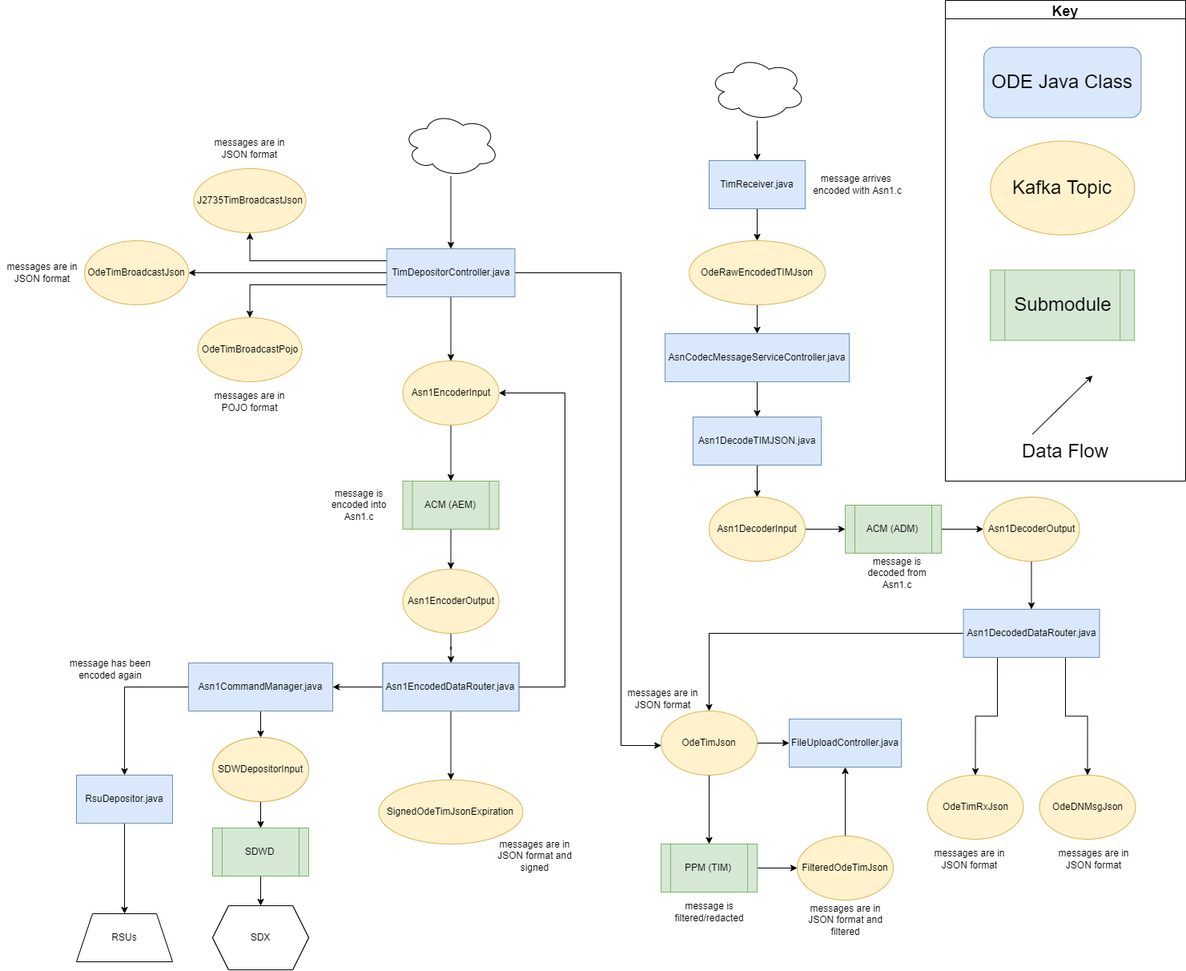
Earlier version of the draw.io export docs/data-flow-diagrams/tim/TIM Data Flow.drawio.png (usdot-jpo-ode/jpo-ode). Source tidied: cells renumbered, new cells last; positions are measured from the earlier drawing's top-left corner, leaving out a move shared by most shapes.
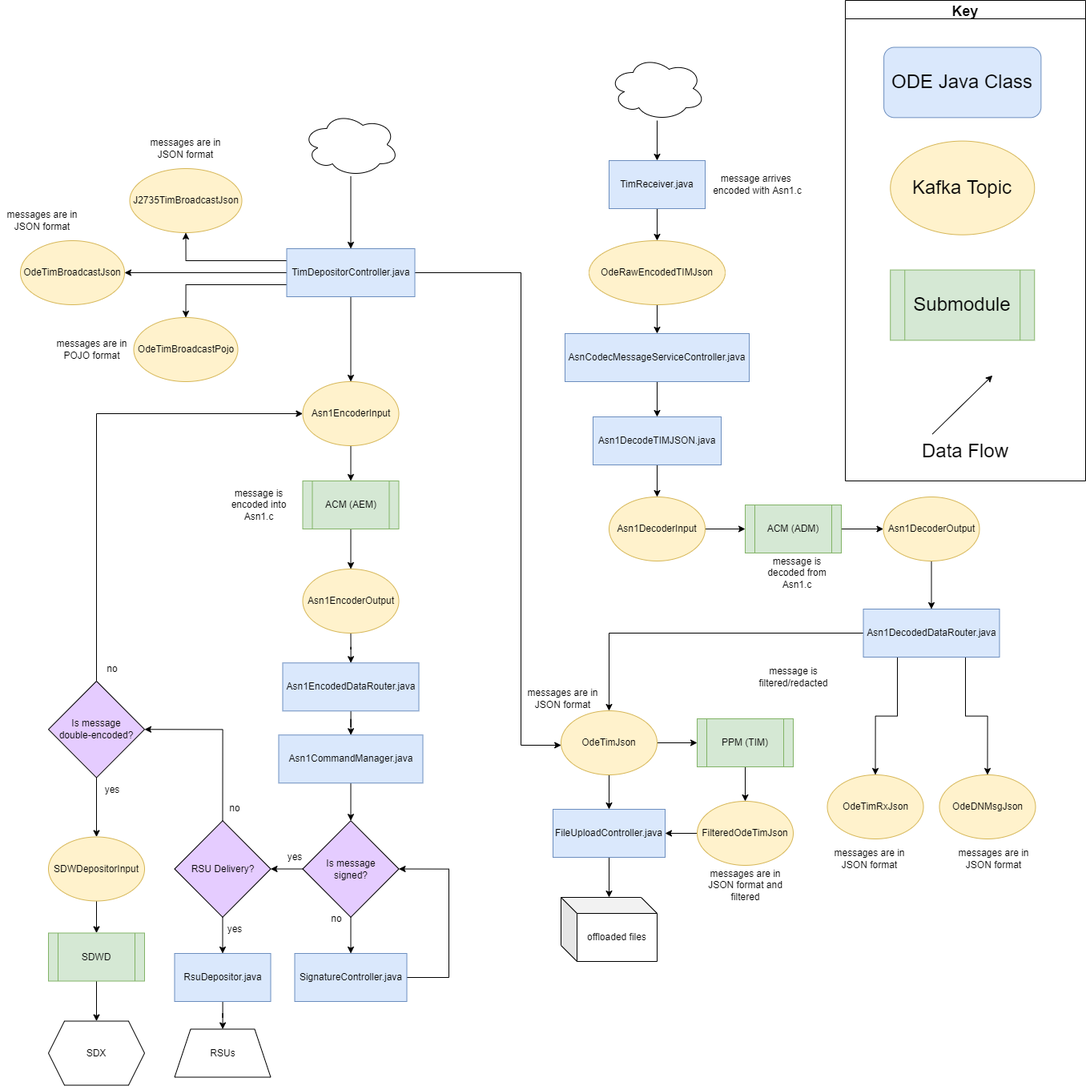
Above is the later version.

Commit message:
Updated the Overview & TIM diagrams and added data flow explanations to the relevant README.

The edit, as a diff of the source:
```diff
@@ -40,4 +40,7 @@
     </mxCell>
+    <mxCell id="90" style="edgeStyle=orthogonalEdgeStyle;rounded=0;jettySize=auto;html=1;" parent="1" edge="1" source="14" target="92">
+      <mxGeometry relative="1" as="geometry" />
+    </mxCell>
     <mxCell id="14" value="FileUploadController.java" style="rounded=0;whiteSpace=wrap;html=1;fillColor=#dae8fc;strokeColor=#6c8ebf;" parent="1" vertex="1">
-      <mxGeometry x="985" y="897" width="140" height="60" as="geometry" />
+      <mxGeometry x="815" y="1010" width="140" height="60" as="geometry" />
     </mxCell>
@@ -67,3 +70,3 @@
     </mxCell>
-    <mxCell id="23" style="edgeStyle=orthogonalEdgeStyle;rounded=0;jettySize=auto;html=1;entryX=0.5;entryY=0;entryDx=0;entryDy=0;exitX=0.5;exitY=1;exitDx=0;exitDy=0;" parent="1" edge="1" source="25" target="34">
+    <mxCell id="23" style="edgeStyle=orthogonalEdgeStyle;rounded=0;jettySize=auto;html=1;entryX=0;entryY=0.5;entryDx=0;entryDy=0;exitX=1;exitY=0.5;exitDx=0;exitDy=0;" parent="1" edge="1" source="25" target="34">
       <mxGeometry relative="1" as="geometry" />
@@ -100,5 +103,5 @@
     <mxCell id="32" value="J2735TimBroadcastJson" style="ellipse;whiteSpace=wrap;html=1;fillColor=#fff2cc;strokeColor=#d6b656;" parent="1" vertex="1">
-      <mxGeometry x="241.5" y="210" width="140" height="80" as="geometry" />
+      <mxGeometry x="286.5" y="210" width="140" height="80" as="geometry" />
     </mxCell>
-    <mxCell id="33" style="edgeStyle=orthogonalEdgeStyle;rounded=0;jettySize=auto;html=1;entryX=0;entryY=0.5;entryDx=0;entryDy=0;exitX=1;exitY=0.5;exitDx=0;exitDy=0;" parent="1" edge="1" source="34" target="36">
+    <mxCell id="33" style="edgeStyle=orthogonalEdgeStyle;rounded=0;jettySize=auto;html=1;entryX=0.5;entryY=0;entryDx=0;entryDy=0;exitX=0.5;exitY=1;exitDx=0;exitDy=0;" parent="1" edge="1" source="34" target="36">
       <mxGeometry relative="1" as="geometry" />
@@ -106,5 +109,5 @@
     <mxCell id="34" value="PPM (TIM)" style="shape=process;whiteSpace=wrap;html=1;backgroundOutline=1;fillColor=#d5e8d4;strokeColor=#82b366;" parent="1" vertex="1">
-      <mxGeometry x="825" y="1053" width="120" height="60" as="geometry" />
+      <mxGeometry x="995" y="897" width="120" height="60" as="geometry" />
     </mxCell>
-    <mxCell id="35" style="edgeStyle=orthogonalEdgeStyle;rounded=0;jettySize=auto;html=1;entryX=0.5;entryY=1;entryDx=0;entryDy=0;exitX=0.5;exitY=0;exitDx=0;exitDy=0;" parent="1" edge="1" source="36" target="14">
+    <mxCell id="35" style="edgeStyle=orthogonalEdgeStyle;rounded=0;jettySize=auto;html=1;entryX=1;entryY=0.5;entryDx=0;entryDy=0;exitX=0;exitY=0.5;exitDx=0;exitDy=0;" parent="1" edge="1" source="36" target="14">
       <mxGeometry relative="1" as="geometry" />
@@ -112,28 +115,4 @@
     <mxCell id="36" value="FilteredOdeTimJson" style="ellipse;whiteSpace=wrap;html=1;fillColor=#fff2cc;strokeColor=#d6b656;" parent="1" vertex="1">
-      <mxGeometry x="995" y="1043" width="120" height="80" as="geometry" />
+      <mxGeometry x="995" y="1000" width="120" height="80" as="geometry" />
     </mxCell>
-    <mxCell id="37" style="edgeStyle=orthogonalEdgeStyle;rounded=0;jettySize=auto;html=1;" parent="1" edge="1" source="38" target="40">
-      <mxGeometry relative="1" as="geometry" />
-    </mxCell>
-    <mxCell id="38" value="Asn1CommandManager.java" style="rounded=0;whiteSpace=wrap;html=1;fillColor=#dae8fc;strokeColor=#6c8ebf;" parent="1" vertex="1">
-      <mxGeometry x="235" y="827" width="180" height="60" as="geometry" />
-    </mxCell>
-    <mxCell id="39" style="edgeStyle=orthogonalEdgeStyle;rounded=0;jettySize=auto;html=1;entryX=0.5;entryY=0;entryDx=0;entryDy=0;exitX=0.5;exitY=1;exitDx=0;exitDy=0;" parent="1" edge="1" source="40" target="52">
-      <mxGeometry relative="1" as="geometry" />
-    </mxCell>
-    <mxCell id="40" value="SDWDepositorInput" style="ellipse;whiteSpace=wrap;html=1;fillColor=#fff2cc;strokeColor=#d6b656;" parent="1" vertex="1">
-      <mxGeometry x="265" y="920" width="120" height="80" as="geometry" />
-    </mxCell>
-    <mxCell id="41" style="edgeStyle=orthogonalEdgeStyle;rounded=0;jettySize=auto;html=1;exitX=0.5;exitY=1;exitDx=0;exitDy=0;" parent="1" edge="1" source="43" target="44">
-      <mxGeometry relative="1" as="geometry" />
-    </mxCell>
-    <mxCell id="42" style="edgeStyle=orthogonalEdgeStyle;rounded=0;jettySize=auto;html=1;" parent="1" edge="1" source="43" target="38">
-      <mxGeometry relative="1" as="geometry" />
-    </mxCell>
-    <mxCell id="43" value="Asn1EncodedDataRouter.java" style="rounded=0;whiteSpace=wrap;html=1;fillColor=#dae8fc;strokeColor=#6c8ebf;" parent="1" vertex="1">
-      <mxGeometry x="477.5" y="827" width="170" height="60" as="geometry" />
-    </mxCell>
-    <mxCell id="44" value="SignedOdeTimJsonExpiration" style="ellipse;whiteSpace=wrap;html=1;fillColor=#fff2cc;strokeColor=#d6b656;" parent="1" vertex="1">
-      <mxGeometry x="472.5" y="973" width="180" height="80" as="geometry" />
-    </mxCell>
     <mxCell id="45" style="edgeStyle=orthogonalEdgeStyle;rounded=0;jettySize=auto;html=1;" parent="1" edge="1" source="46" target="48">
@@ -142,3 +121,3 @@
     <mxCell id="46" value="Asn1EncoderInput" style="ellipse;whiteSpace=wrap;html=1;fillColor=#fff2cc;strokeColor=#d6b656;" parent="1" vertex="1">
-      <mxGeometry x="502.5" y="450" width="120" height="80" as="geometry" />
+      <mxGeometry x="502.5" y="476" width="120" height="80" as="geometry" />
     </mxCell>
@@ -150,5 +129,5 @@
     </mxCell>
-    <mxCell id="49" style="edgeStyle=orthogonalEdgeStyle;rounded=0;jettySize=auto;html=1;" parent="1" edge="1" source="50" target="43">
-      <mxGeometry relative="1" as="geometry" />
-    </mxCell>
+    <mxCell id="91" style="edgeStyle=orthogonalEdgeStyle;rounded=0;jettySize=auto;html=1;" parent="1" edge="1" source="50" target="98">
+      <mxGeometry relative="1" as="geometry" />
+    </mxCell>
     <mxCell id="50" value="Asn1EncoderOutput" style="ellipse;whiteSpace=wrap;html=1;fillColor=#fff2cc;strokeColor=#d6b656;" parent="1" vertex="1">
@@ -156,8 +135,2 @@
     </mxCell>
-    <mxCell id="51" style="edgeStyle=orthogonalEdgeStyle;rounded=0;jettySize=auto;html=1;" parent="1" edge="1" source="52" target="79">
-      <mxGeometry relative="1" as="geometry" />
-    </mxCell>
-    <mxCell id="52" value="SDWD" style="shape=process;whiteSpace=wrap;html=1;backgroundOutline=1;fillColor=#d5e8d4;strokeColor=#82b366;" parent="1" vertex="1">
-      <mxGeometry x="265" y="1033" width="120" height="60" as="geometry" />
-    </mxCell>
     <mxCell id="53" style="edgeStyle=orthogonalEdgeStyle;rounded=0;jettySize=auto;html=1;" parent="1" edge="1" source="54" target="16">
@@ -169,6 +142,6 @@
     <mxCell id="55" value="OdeTimBroadcastPojo" style="ellipse;whiteSpace=wrap;html=1;fillColor=#fff2cc;strokeColor=#d6b656;" parent="1" vertex="1">
-      <mxGeometry x="246.5" y="396" width="130" height="80" as="geometry" />
+      <mxGeometry x="291.5" y="396" width="130" height="80" as="geometry" />
     </mxCell>
     <mxCell id="56" value="OdeTimBroadcastJson" style="ellipse;whiteSpace=wrap;html=1;fillColor=#fff2cc;strokeColor=#d6b656;" parent="1" vertex="1">
-      <mxGeometry x="105" y="300" width="130" height="80" as="geometry" />
+      <mxGeometry x="150" y="300" width="130" height="80" as="geometry" />
     </mxCell>
@@ -205,3 +178,3 @@
     <mxCell id="66" value="message is filtered/redacted" style="text;html=1;strokeColor=none;fillColor=none;align=center;verticalAlign=middle;whiteSpace=wrap;rounded=0;" parent="1" vertex="1">
-      <mxGeometry x="832.5" y="1113" width="105" height="50" as="geometry" />
+      <mxGeometry x="1062.5" y="820" width="105" height="50" as="geometry" />
     </mxCell>
@@ -220,19 +193,13 @@
     <mxCell id="71" value="messages are in JSON format" style="text;html=1;strokeColor=none;fillColor=none;align=center;verticalAlign=middle;whiteSpace=wrap;rounded=0;" parent="1" vertex="1">
-      <mxGeometry x="259" y="160" width="105" height="50" as="geometry" />
+      <mxGeometry x="304" y="160" width="105" height="50" as="geometry" />
     </mxCell>
     <mxCell id="72" value="messages are in JSON format" style="text;html=1;strokeColor=none;fillColor=none;align=center;verticalAlign=middle;whiteSpace=wrap;rounded=0;" parent="1" vertex="1">
-      <mxGeometry y="315" width="105" height="50" as="geometry" />
+      <mxGeometry x="125" y="250" width="105" height="50" as="geometry" />
     </mxCell>
     <mxCell id="73" value="messages are in POJO format" style="text;html=1;strokeColor=none;fillColor=none;align=center;verticalAlign=middle;whiteSpace=wrap;rounded=0;" parent="1" vertex="1">
-      <mxGeometry x="259" y="476" width="105" height="50" as="geometry" />
+      <mxGeometry x="186.5" y="411" width="105" height="50" as="geometry" />
     </mxCell>
     <mxCell id="74" value="messages are in JSON format and filtered" style="text;html=1;strokeColor=none;fillColor=none;align=center;verticalAlign=middle;whiteSpace=wrap;rounded=0;" parent="1" vertex="1">
-      <mxGeometry x="1002.5" y="1123" width="105" height="50" as="geometry" />
+      <mxGeometry x="1002.5" y="1080" width="105" height="50" as="geometry" />
     </mxCell>
-    <mxCell id="75" value="messages are in JSON format and signed" style="text;html=1;strokeColor=none;fillColor=none;align=center;verticalAlign=middle;whiteSpace=wrap;rounded=0;" parent="1" vertex="1">
-      <mxGeometry x="615" y="1043" width="105" height="50" as="geometry" />
-    </mxCell>
-    <mxCell id="76" value="RSUs" style="shape=trapezoid;perimeter=trapezoidPerimeter;whiteSpace=wrap;html=1;fixedSize=1;" parent="1" vertex="1">
-      <mxGeometry x="95" y="1140" width="120" height="60" as="geometry" />
-    </mxCell>
     <mxCell id="77" style="edgeStyle=orthogonalEdgeStyle;rounded=0;jettySize=auto;html=1;" parent="1" edge="1" source="78" target="31">
@@ -243,31 +210,35 @@
     </mxCell>
-    <mxCell id="79" value="SDX" style="shape=hexagon;perimeter=hexagonPerimeter2;whiteSpace=wrap;html=1;fixedSize=1;" parent="1" vertex="1">
-      <mxGeometry x="265" y="1130" width="120" height="80" as="geometry" />
-    </mxCell>
-    <mxCell id="80" style="edgeStyle=orthogonalEdgeStyle;rounded=0;jettySize=auto;html=1;entryX=1;entryY=0.5;entryDx=0;entryDy=0;exitX=1;exitY=0.5;exitDx=0;exitDy=0;" parent="1" edge="1" source="81" target="46">
-      <mxGeometry relative="1" as="geometry">
-        <Array as="points">
-          <mxPoint x="705" y="857" />
-          <mxPoint x="705" y="490" />
-        </Array>
-      </mxGeometry>
-    </mxCell>
-    <mxCell id="81" value="Asn1EncodedDataRouter.java" style="rounded=0;whiteSpace=wrap;html=1;fillColor=#dae8fc;strokeColor=#6c8ebf;" parent="1" vertex="1">
-      <mxGeometry x="477.5" y="827" width="170" height="60" as="geometry" />
-    </mxCell>
-    <mxCell id="82" style="edgeStyle=orthogonalEdgeStyle;rounded=0;jettySize=auto;html=1;" parent="1" edge="1" source="83" target="88">
-      <mxGeometry relative="1" as="geometry" />
-    </mxCell>
-    <mxCell id="83" value="Asn1CommandManager.java" style="rounded=0;whiteSpace=wrap;html=1;fillColor=#dae8fc;strokeColor=#6c8ebf;" parent="1" vertex="1">
-      <mxGeometry x="235" y="827" width="180" height="60" as="geometry" />
-    </mxCell>
-    <mxCell id="84" value="SDWDepositorInput" style="ellipse;whiteSpace=wrap;html=1;fillColor=#fff2cc;strokeColor=#d6b656;" parent="1" vertex="1">
-      <mxGeometry x="265" y="920" width="120" height="80" as="geometry" />
-    </mxCell>
-    <mxCell id="85" value="SDWD" style="shape=process;whiteSpace=wrap;html=1;backgroundOutline=1;fillColor=#d5e8d4;strokeColor=#82b366;" parent="1" vertex="1">
-      <mxGeometry x="265" y="1033" width="120" height="60" as="geometry" />
-    </mxCell>
-    <mxCell id="86" value="SDX" style="shape=hexagon;perimeter=hexagonPerimeter2;whiteSpace=wrap;html=1;fixedSize=1;" parent="1" vertex="1">
-      <mxGeometry x="265" y="1130" width="120" height="80" as="geometry" />
-    </mxCell>
+    <mxCell id="92" value="offloaded files" style="shape=cube;whiteSpace=wrap;html=1;boundedLbl=1;backgroundOutline=1;darkOpacity=0.05;darkOpacity2=0.1;" parent="1" vertex="1">
+      <mxGeometry x="825" y="1120" width="120" height="80" as="geometry" />
+    </mxCell>
+    <mxCell id="93" style="edgeStyle=orthogonalEdgeStyle;rounded=0;jettySize=auto;html=1;entryX=0.5;entryY=0;entryDx=0;entryDy=0;" parent="1" edge="1" source="94" target="114">
+      <mxGeometry relative="1" as="geometry" />
+    </mxCell>
+    <mxCell id="94" value="Asn1CommandManager.java" style="rounded=0;whiteSpace=wrap;html=1;fillColor=#dae8fc;strokeColor=#6c8ebf;" parent="1" vertex="1">
+      <mxGeometry x="472.5" y="917.2" width="180" height="60" as="geometry" />
+    </mxCell>
+    <mxCell id="95" style="edgeStyle=orthogonalEdgeStyle;rounded=0;jettySize=auto;html=1;" parent="1" edge="1" source="96" target="100">
+      <mxGeometry relative="1" as="geometry" />
+    </mxCell>
+    <mxCell id="96" value="SDWDepositorInput" style="ellipse;whiteSpace=wrap;html=1;fillColor=#fff2cc;strokeColor=#d6b656;" parent="1" vertex="1">
+      <mxGeometry x="185" y="1044.5" width="120" height="80" as="geometry" />
+    </mxCell>
+    <mxCell id="97" style="edgeStyle=orthogonalEdgeStyle;rounded=0;jettySize=auto;html=1;" parent="1" edge="1" source="98" target="94">
+      <mxGeometry relative="1" as="geometry" />
+    </mxCell>
+    <mxCell id="98" value="Asn1EncodedDataRouter.java" style="rounded=0;whiteSpace=wrap;html=1;fillColor=#dae8fc;strokeColor=#6c8ebf;" parent="1" vertex="1">
+      <mxGeometry x="477.5" y="827.2" width="170" height="60" as="geometry" />
+    </mxCell>
+    <mxCell id="99" style="edgeStyle=orthogonalEdgeStyle;rounded=0;jettySize=auto;html=1;exitX=0.5;exitY=1;exitDx=0;exitDy=0;" parent="1" edge="1" source="100" target="101">
+      <mxGeometry relative="1" as="geometry" />
+    </mxCell>
+    <mxCell id="100" value="SDWD" style="shape=process;whiteSpace=wrap;html=1;backgroundOutline=1;fillColor=#d5e8d4;strokeColor=#82b366;" parent="1" vertex="1">
+      <mxGeometry x="185" y="1164.5" width="120" height="60" as="geometry" />
+    </mxCell>
+    <mxCell id="76" value="RSUs" style="shape=trapezoid;perimeter=trapezoidPerimeter;whiteSpace=wrap;html=1;fixedSize=1;" parent="1" vertex="1">
+      <mxGeometry x="342.5" y="1284.5" width="120" height="60" as="geometry" />
+    </mxCell>
+    <mxCell id="101" value="SDX" style="shape=hexagon;perimeter=hexagonPerimeter2;whiteSpace=wrap;html=1;fixedSize=1;" parent="1" vertex="1">
+      <mxGeometry x="185" y="1274.5" width="120" height="80" as="geometry" />
+    </mxCell>
     <mxCell id="87" style="edgeStyle=orthogonalEdgeStyle;rounded=0;jettySize=auto;html=1;" parent="1" edge="1" source="88" target="76">
@@ -276,7 +247,60 @@
     <mxCell id="88" value="RsuDepositor.java" style="rounded=0;whiteSpace=wrap;html=1;fillColor=#dae8fc;strokeColor=#6c8ebf;" parent="1" vertex="1">
-      <mxGeometry x="95" y="967" width="120" height="60" as="geometry" />
+      <mxGeometry x="342.5" y="1190" width="120" height="60" as="geometry" />
     </mxCell>
-    <mxCell id="89" value="message has been encoded again" style="text;html=1;strokeColor=none;fillColor=none;align=center;verticalAlign=middle;whiteSpace=wrap;rounded=0;" parent="1" vertex="1">
-      <mxGeometry x="85" y="810" width="105" height="50" as="geometry" />
-    </mxCell>
+    <mxCell id="102" style="edgeStyle=orthogonalEdgeStyle;rounded=0;jettySize=auto;html=1;" parent="1" edge="1" source="104" target="96">
+      <mxGeometry relative="1" as="geometry" />
+    </mxCell>
+    <mxCell id="103" style="edgeStyle=orthogonalEdgeStyle;rounded=0;jettySize=auto;html=1;exitX=0.5;exitY=0;exitDx=0;exitDy=0;entryX=0;entryY=0.5;entryDx=0;entryDy=0;" parent="1" edge="1" source="104" target="46">
+      <mxGeometry relative="1" as="geometry" />
+    </mxCell>
+    <mxCell id="104" value="Is message&lt;br&gt;double-encoded?" style="rhombus;whiteSpace=wrap;html=1;fillColor=#E5CCFF;" parent="1" vertex="1">
+      <mxGeometry x="185" y="850" width="120" height="120.5" as="geometry" />
+    </mxCell>
+    <mxCell id="105" style="edgeStyle=orthogonalEdgeStyle;rounded=0;jettySize=auto;html=1;exitX=0.5;exitY=1;exitDx=0;exitDy=0;" parent="1" edge="1" source="107" target="88">
+      <mxGeometry relative="1" as="geometry" />
+    </mxCell>
+    <mxCell id="106" style="edgeStyle=orthogonalEdgeStyle;rounded=0;jettySize=auto;html=1;entryX=1;entryY=0.5;entryDx=0;entryDy=0;exitX=0.5;exitY=0;exitDx=0;exitDy=0;" parent="1" edge="1" source="107" target="104">
+      <mxGeometry relative="1" as="geometry" />
+    </mxCell>
+    <mxCell id="107" value="RSU Delivery?" style="rhombus;whiteSpace=wrap;html=1;fillColor=#E5CCFF;" parent="1" vertex="1">
+      <mxGeometry x="342.5" y="1024.2" width="120" height="120.5" as="geometry" />
+    </mxCell>
+    <mxCell id="108" value="yes" style="text;html=1;strokeColor=none;fillColor=none;align=center;verticalAlign=middle;whiteSpace=wrap;rounded=0;" parent="1" vertex="1">
+      <mxGeometry x="387.5" y="1144.8" width="60" height="30" as="geometry" />
+    </mxCell>
+    <mxCell id="109" value="no" style="text;html=1;strokeColor=none;fillColor=none;align=center;verticalAlign=middle;whiteSpace=wrap;rounded=0;" parent="1" vertex="1">
+      <mxGeometry x="387.5" y="994.2" width="60" height="30" as="geometry" />
+    </mxCell>
+    <mxCell id="110" value="yes" style="text;html=1;strokeColor=none;fillColor=none;align=center;verticalAlign=middle;whiteSpace=wrap;rounded=0;" parent="1" vertex="1">
+      <mxGeometry x="235" y="970.5" width="60" height="30" as="geometry" />
+    </mxCell>
+    <mxCell id="111" value="no" style="text;html=1;strokeColor=none;fillColor=none;align=center;verticalAlign=middle;whiteSpace=wrap;rounded=0;" parent="1" vertex="1">
+      <mxGeometry x="235" y="820" width="60" height="30" as="geometry" />
+    </mxCell>
+    <mxCell id="112" style="edgeStyle=orthogonalEdgeStyle;rounded=0;jettySize=auto;html=1;" parent="1" edge="1" source="114" target="107">
+      <mxGeometry relative="1" as="geometry" />
+    </mxCell>
+    <mxCell id="113" style="edgeStyle=orthogonalEdgeStyle;rounded=0;jettySize=auto;html=1;" parent="1" edge="1" source="114" target="118">
+      <mxGeometry relative="1" as="geometry" />
+    </mxCell>
+    <mxCell id="114" value="Is message&lt;br&gt;signed?" style="rhombus;whiteSpace=wrap;html=1;fillColor=#E5CCFF;" parent="1" vertex="1">
+      <mxGeometry x="502.5" y="1024.2" width="120" height="120.5" as="geometry" />
+    </mxCell>
+    <mxCell id="115" value="yes" style="text;html=1;strokeColor=none;fillColor=none;align=center;verticalAlign=middle;whiteSpace=wrap;rounded=0;" parent="1" vertex="1">
+      <mxGeometry x="462.5" y="1055" width="60" height="30" as="geometry" />
+    </mxCell>
+    <mxCell id="116" value="no" style="text;html=1;strokeColor=none;fillColor=none;align=center;verticalAlign=middle;whiteSpace=wrap;rounded=0;" parent="1" vertex="1">
+      <mxGeometry x="515" y="1132.2" width="60" height="30" as="geometry" />
+    </mxCell>
+    <mxCell id="117" style="edgeStyle=orthogonalEdgeStyle;rounded=0;jettySize=auto;html=1;entryX=1;entryY=0.5;entryDx=0;entryDy=0;exitX=1;exitY=0.5;exitDx=0;exitDy=0;" parent="1" edge="1" source="118" target="114">
+      <mxGeometry relative="1" as="geometry">
+        <Array as="points">
+          <mxPoint x="685" y="1220" />
+          <mxPoint x="685" y="1085" />
+        </Array>
+      </mxGeometry>
+    </mxCell>
+    <mxCell id="118" value="SignatureController.java" style="rounded=0;whiteSpace=wrap;html=1;fillColor=#dae8fc;strokeColor=#6c8ebf;" parent="1" vertex="1">
+      <mxGeometry x="492.5" y="1190" width="140" height="60" as="geometry" />
+    </mxCell>
   </root>
```
